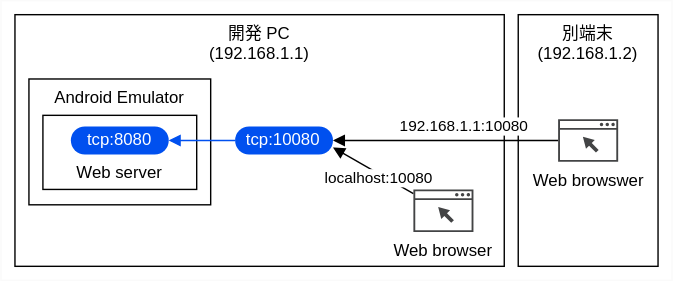
Before: hugo-files/content/android/emu/server-in-emu/img-001.drawio.svg, a diagram exported from draw.io (maku77/maku77.github.io). Source tidied: cells renumbered, new cells last; positions are measured from the earlier drawing's top-left corner, leaving out a move shared by most shapes. Its diagram source:
```xml
<mxGraphModel>
  <root>
    <mxCell id="0" />
    <mxCell id="1" parent="0" />
    <mxCell id="2" style="rounded=0;whiteSpace=wrap;html=1;fontColor=#007FFF;strokeWidth=0.5;strokeColor=#fafafa;" parent="1" vertex="1">
      <mxGeometry width="480" height="200" as="geometry" />
    </mxCell>
    <mxCell id="3" value="別端末&lt;br&gt;(192.168.1.2)" style="rounded=0;whiteSpace=wrap;html=1;verticalAlign=top;" parent="1" vertex="1">
      <mxGeometry x="370" y="10" width="100" height="180" as="geometry" />
    </mxCell>
    <mxCell id="4" value="開発 PC&lt;br&gt;(192.168.1.1)" style="rounded=0;whiteSpace=wrap;html=1;verticalAlign=top;" parent="1" vertex="1">
      <mxGeometry x="10" y="10" width="350" height="180" as="geometry" />
    </mxCell>
    <mxCell id="5" value="tcp:10080" style="rounded=1;whiteSpace=wrap;html=1;arcSize=50;fillColor=#0050ef;strokeColor=none;fontColor=#ffffff;" parent="1" vertex="1">
      <mxGeometry x="167.5" y="90" width="70" height="20" as="geometry" />
    </mxCell>
    <mxCell id="6" value="Android Emulator" style="rounded=0;whiteSpace=wrap;html=1;verticalAlign=top;" parent="1" vertex="1">
      <mxGeometry x="20" y="56" width="130" height="90" as="geometry" />
    </mxCell>
    <mxCell id="7" style="edgeStyle=none;html=1;entryX=1;entryY=0.75;entryDx=0;entryDy=0;endArrow=block;endFill=1;" parent="1" edge="1" source="9" target="5">
      <mxGeometry relative="1" as="geometry" />
    </mxCell>
    <mxCell id="8" value="localhost:10080" style="edgeLabel;html=1;align=center;verticalAlign=middle;" parent="7" vertex="1">
      <mxGeometry x="-0.17" relative="1" as="geometry">
        <mxPoint x="-2" y="2" as="offset" />
      </mxGeometry>
    </mxCell>
    <mxCell id="9" value="Web browser" style="sketch=0;shadow=0;dashed=0;html=1;strokeColor=none;fillColor=#434445;labelPosition=center;verticalLabelPosition=bottom;verticalAlign=top;align=center;outlineConnect=0;shape=mxgraph.vvd.web_browser;" parent="1" vertex="1">
      <mxGeometry x="295" y="135" width="43" height="30.5" as="geometry" />
    </mxCell>
    <mxCell id="10" style="edgeStyle=none;html=1;endArrow=block;endFill=1;" parent="1" edge="1" source="12" target="5">
      <mxGeometry relative="1" as="geometry" />
    </mxCell>
    <mxCell id="11" value="192.168.1.1:10080" style="edgeLabel;html=1;align=center;verticalAlign=middle;" parent="10" vertex="1">
      <mxGeometry x="-0.12" y="2" relative="1" as="geometry">
        <mxPoint x="4" y="-12" as="offset" />
      </mxGeometry>
    </mxCell>
    <mxCell id="12" value="Web browswer" style="sketch=0;shadow=0;dashed=0;html=1;strokeColor=none;fillColor=#434445;labelPosition=center;verticalLabelPosition=bottom;verticalAlign=top;align=center;outlineConnect=0;shape=mxgraph.vvd.web_browser;" parent="1" vertex="1">
      <mxGeometry x="398.5" y="84.8" width="43" height="30.5" as="geometry" />
    </mxCell>
    <mxCell id="13" value="Web server" style="rounded=0;whiteSpace=wrap;html=1;verticalAlign=bottom;spacingBottom=3;" parent="1" vertex="1">
      <mxGeometry x="30" y="82" width="110" height="53" as="geometry" />
    </mxCell>
    <mxCell id="14" value="tcp:8080" style="rounded=1;whiteSpace=wrap;html=1;arcSize=50;fillColor=#0050ef;strokeColor=none;fontColor=#ffffff;" parent="1" vertex="1">
      <mxGeometry x="50" y="90" width="70" height="20" as="geometry" />
    </mxCell>
    <mxCell id="15" style="edgeStyle=none;html=1;endArrow=block;endFill=1;fillColor=#0050ef;strokeColor=#0050EF;" parent="1" edge="1" source="5" target="14">
      <mxGeometry relative="1" as="geometry" />
    </mxCell>
  </root>
</mxGraphModel>
```
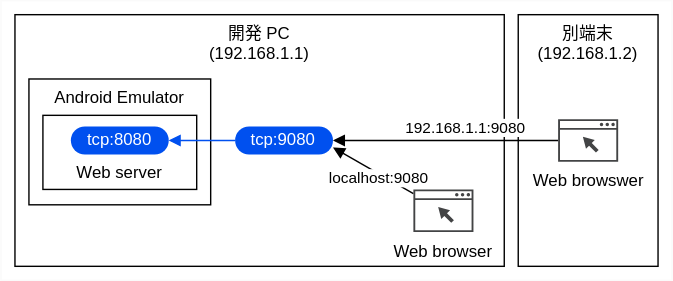
After the change.

The edit, as a diff of the source:
```diff
@@ -11,7 +11,7 @@
     <mxCell id="4" value="開発 PC&lt;br&gt;(192.168.1.1)" style="rounded=0;whiteSpace=wrap;html=1;verticalAlign=top;" parent="1" vertex="1">
       <mxGeometry x="10" y="10" width="350" height="180" as="geometry" />
     </mxCell>
-    <mxCell id="5" value="tcp:10080" style="rounded=1;whiteSpace=wrap;html=1;arcSize=50;fillColor=#0050ef;strokeColor=none;fontColor=#ffffff;" parent="1" vertex="1">
+    <mxCell id="5" value="tcp:9080" style="rounded=1;whiteSpace=wrap;html=1;arcSize=50;fillColor=#0050ef;strokeColor=none;fontColor=#ffffff;" parent="1" vertex="1">
       <mxGeometry x="167.5" y="90" width="70" height="20" as="geometry" />
     </mxCell>
     <mxCell id="6" value="Android Emulator" style="rounded=0;whiteSpace=wrap;html=1;verticalAlign=top;" parent="1" vertex="1">
@@ -20,7 +20,7 @@
     <mxCell id="7" style="edgeStyle=none;html=1;entryX=1;entryY=0.75;entryDx=0;entryDy=0;endArrow=block;endFill=1;" parent="1" edge="1" source="9" target="5">
       <mxGeometry relative="1" as="geometry" />
     </mxCell>
-    <mxCell id="8" value="localhost:10080" style="edgeLabel;html=1;align=center;verticalAlign=middle;" parent="7" vertex="1">
+    <mxCell id="8" value="localhost:9080" style="edgeLabel;html=1;align=center;verticalAlign=middle;" parent="7" vertex="1">
       <mxGeometry x="-0.17" relative="1" as="geometry">
         <mxPoint x="-2" y="2" as="offset" />
       </mxGeometry>
@@ -31,7 +31,7 @@
     <mxCell id="10" style="edgeStyle=none;html=1;endArrow=block;endFill=1;" parent="1" edge="1" source="12" target="5">
       <mxGeometry relative="1" as="geometry" />
     </mxCell>
-    <mxCell id="11" value="192.168.1.1:10080" style="edgeLabel;html=1;align=center;verticalAlign=middle;" parent="10" vertex="1">
+    <mxCell id="11" value="192.168.1.1:9080" style="edgeLabel;html=1;align=center;verticalAlign=middle;" parent="10" vertex="1">
       <mxGeometry x="-0.12" y="2" relative="1" as="geometry">
         <mxPoint x="4" y="-12" as="offset" />
       </mxGeometry>
```
